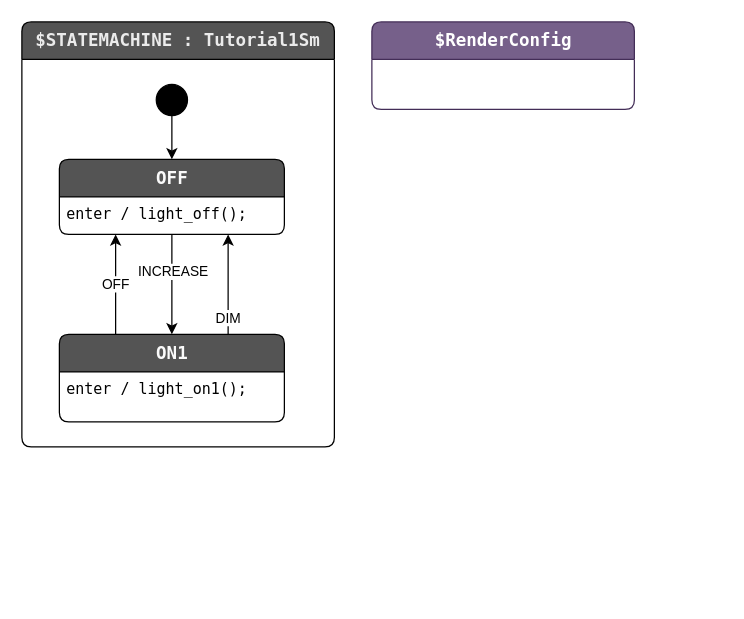
This is src/StateSmithTest/test-input/RenderConfig1.drawio from StateSmith/StateSmith, a draw.io file, before an edit. Source tidied: cells renumbered, new cells numbered last; positions are measured from the earlier drawing's top-left corner, leaving out a move shared by most shapes. Both pictures are drawn from the tidied source at 125%, with x=0, y=0 at pixel (21, 21).
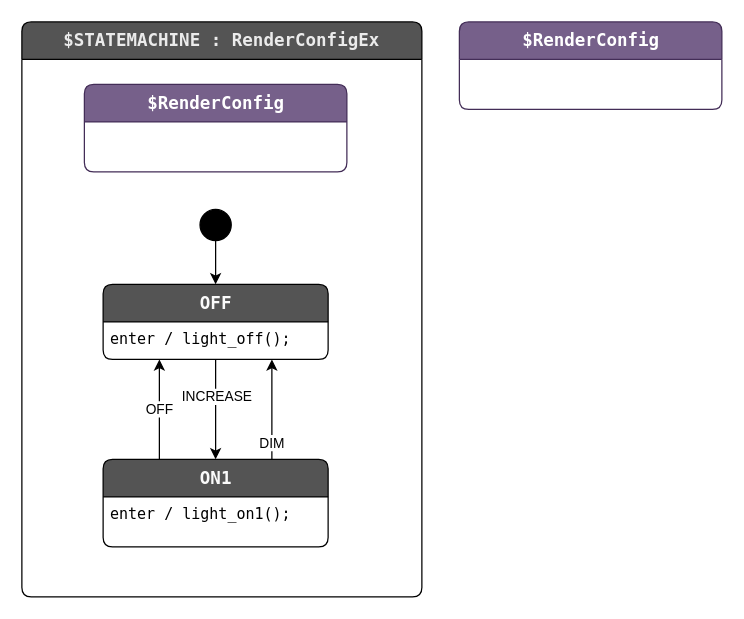
The same diagram, later.

Commit message (it also covers changes not shown here):
feature - allow defining render config in diagram. Closes #23

Change to the diagram source:
```diff
@@
 <mxGraphModel>
   <root>
     <mxCell id="0" />
     <mxCell id="1" parent="0" />
-    <mxCell id="2" value="$STATEMACHINE : Tutorial1Sm" style="shape=swimlane;align=center;verticalAlign=top;fontFamily=Lucida Console;startSize=30;fontSize=14;fontStyle=1;swimlaneFillColor=default;rounded=1;arcSize=15;absoluteArcSize=1;fillColor=#545454;fontColor=#EBEBEB;" parent="1" vertex="1">
-      <mxGeometry width="250" height="340" as="geometry" />
+    <mxCell id="2" value="$STATEMACHINE : RenderConfigEx" style="shape=swimlane;align=center;verticalAlign=top;fontFamily=Lucida Console;startSize=30;fontSize=14;fontStyle=1;swimlaneFillColor=default;rounded=1;arcSize=15;absoluteArcSize=1;fillColor=#545454;fontColor=#EBEBEB;" parent="1" vertex="1">
+      <mxGeometry width="320" height="460" as="geometry" />
     </mxCell>
     <mxCell id="3" value=" " style="fontFamily=Lucida Console;align=left;verticalAlign=top;fillColor=none;gradientColor=none;strokeColor=none;rounded=0;spacingLeft=4;" parent="2" vertex="1">
       <mxGeometry y="30" width="30" height="20" as="geometry" />
     </mxCell>
     <mxCell id="4" style="edgeStyle=none;html=1;" parent="2" edge="1" source="5" target="6">
       <mxGeometry relative="1" as="geometry" />
     </mxCell>
     <mxCell id="5" value="$initial_state" style="shape=ellipse;fillColor=#000000;noLabel=1;" parent="2" vertex="1">
-      <mxGeometry x="107.5" y="50" width="25" height="25" as="geometry" />
+      <mxGeometry x="142.5" y="150" width="25" height="25" as="geometry" />
     </mxCell>
     <mxCell id="6" value="OFF" style="shape=swimlane;align=center;verticalAlign=top;fontFamily=Lucida Console;startSize=30;fontSize=14;fontStyle=1;swimlaneFillColor=default;html=1;rounded=1;arcSize=15;absoluteArcSize=1;fillColor=#545454;fontColor=#FAFAFA;" parent="2" vertex="1">
-      <mxGeometry x="30" y="110" width="180" height="60" as="geometry" />
+      <mxGeometry x="65" y="210" width="180" height="60" as="geometry" />
     </mxCell>
     <mxCell id="7" value="enter / light_off();" style="fontFamily=Lucida Console;align=left;verticalAlign=top;fillColor=none;gradientColor=none;strokeColor=none;rounded=0;spacingLeft=4;" parent="6" vertex="1">
       <mxGeometry y="30" width="160" height="20" as="geometry" />
     </mxCell>
     <mxCell id="8" value="DIM" style="edgeStyle=none;html=1;exitX=0.75;exitY=0;exitDx=0;exitDy=0;entryX=0.75;entryY=1;entryDx=0;entryDy=0;" parent="2" edge="1" source="12" target="6">
       <mxGeometry x="-0.67" relative="1" as="geometry" />
     </mxCell>
     <mxCell id="9" style="edgeStyle=none;html=1;exitX=0.5;exitY=1;exitDx=0;exitDy=0;entryX=0.5;entryY=0;entryDx=0;entryDy=0;" parent="2" edge="1" source="6" target="12">
       <mxGeometry relative="1" as="geometry" />
     </mxCell>
     <mxCell id="10" value="INCREASE" style="edgeLabel;html=1;align=center;verticalAlign=middle;" parent="9" vertex="1">
       <mxGeometry x="-0.39" y="1" relative="1" as="geometry">
         <mxPoint x="-1" y="5" as="offset" />
       </mxGeometry>
     </mxCell>
     <mxCell id="11" value="OFF" style="edgeStyle=none;html=1;exitX=0.25;exitY=0;exitDx=0;exitDy=0;entryX=0.25;entryY=1;entryDx=0;entryDy=0;" parent="2" edge="1" source="12" target="6">
       <mxGeometry relative="1" as="geometry" />
     </mxCell>
     <mxCell id="12" value="ON1" style="shape=swimlane;align=center;verticalAlign=top;fontFamily=Lucida Console;startSize=30;fontSize=14;fontStyle=1;swimlaneFillColor=default;html=1;rounded=1;arcSize=15;absoluteArcSize=1;fillColor=#545454;fontColor=#FAFAFA;" parent="2" vertex="1">
-      <mxGeometry x="30" y="250" width="180" height="70" as="geometry" />
+      <mxGeometry x="65" y="350" width="180" height="70" as="geometry" />
     </mxCell>
     <mxCell id="13" value="enter / light_on1();" style="fontFamily=Lucida Console;align=left;verticalAlign=top;fillColor=none;gradientColor=none;strokeColor=none;rounded=0;spacingLeft=4;" parent="12" vertex="1">
       <mxGeometry y="30" width="160" height="20" as="geometry" />
     </mxCell>
+    <mxCell id="15" value="$RenderConfig" style="shape=swimlane;align=center;verticalAlign=top;fontFamily=Lucida Console;startSize=30;fontSize=14;fontStyle=1;swimlaneFillColor=default;html=1;rounded=1;arcSize=15;absoluteArcSize=1;fillColor=#76608a;strokeColor=#432D57;fontColor=#ffffff;" parent="2" vertex="1" collapsed="1">
+      <mxGeometry x="50" y="50" width="210" height="70" as="geometry" />
+    </mxCell>
     <mxCell id="14" value="$RenderConfig" style="shape=swimlane;align=center;verticalAlign=top;fontFamily=Lucida Console;startSize=30;fontSize=14;fontStyle=1;swimlaneFillColor=default;html=1;rounded=1;arcSize=15;absoluteArcSize=1;fillColor=#76608a;strokeColor=#432D57;fontColor=#ffffff;" parent="1" vertex="1" collapsed="1">
-      <mxGeometry x="280" width="210" height="70" as="geometry" />
+      <mxGeometry x="350" width="210" height="70" as="geometry" />
     </mxCell>
   </root>
 </mxGraphModel>
```
